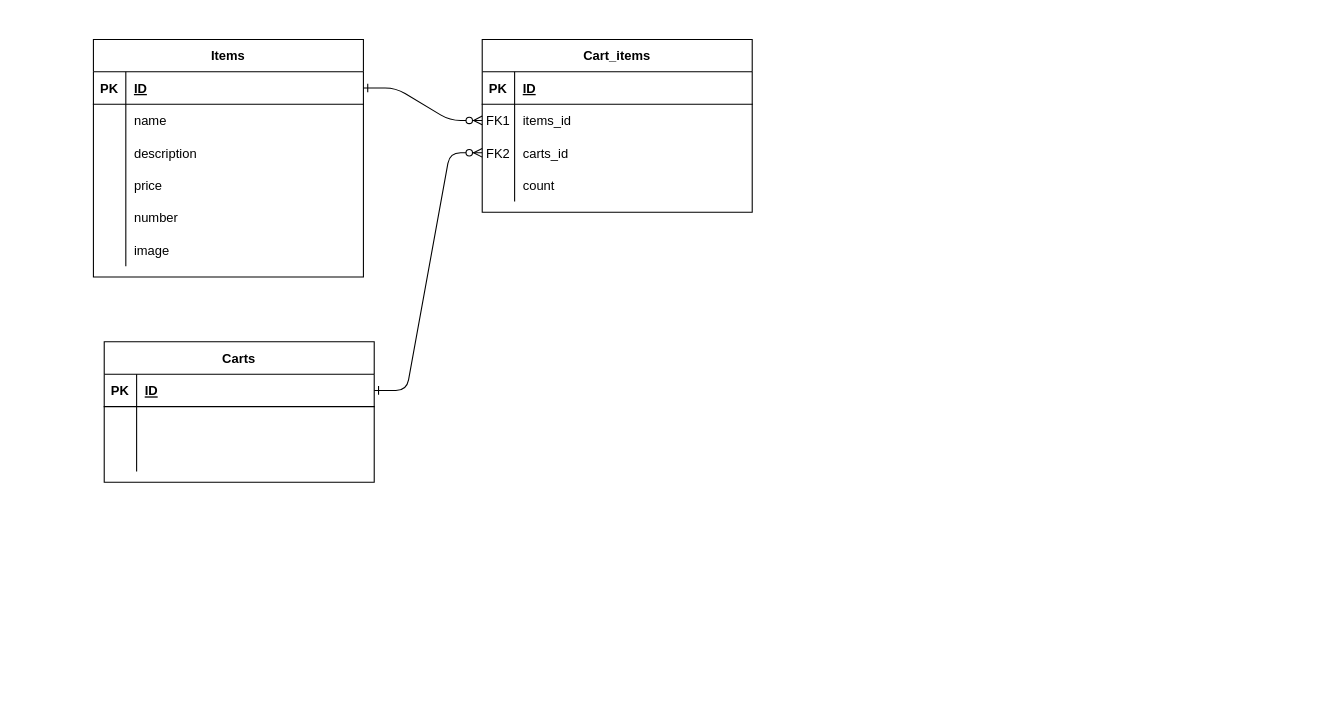
The draw.io diagram ECサイトER.drawio in hie3-336/rails_ec, before the edit. Source tidied: cells renumbered, new cells numbered last; positions are measured from the earlier drawing's top-left corner, leaving out a move shared by most shapes. Both pictures are drawn from the tidied source at 108%, with x=0, y=0 at pixel (93, 39).
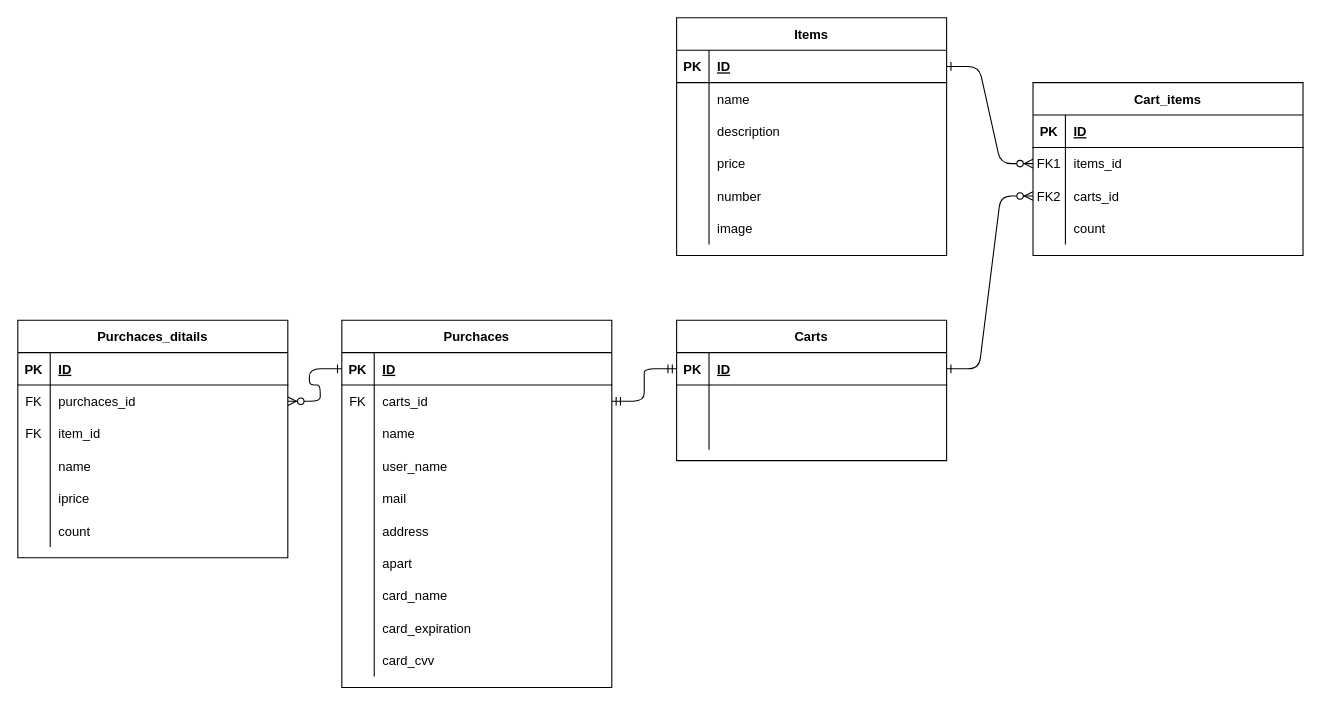
Above is the later version.

The change refers to these unchanged cells:
```xml
<mxCell id="18" style="shape=partialRectangle;fillColor=none;points=[[0,0.5],[1,0.5]];portConstraint=eastwest;top=0;left=0;right=0;bottom=1;" parent="17" vertex="1">
  <mxGeometry y="30" width="250" height="30" as="geometry" />
</mxCell>
```

Change to the diagram source:
```diff
@@
     <mxCell id="4" value="Cart_items" style="shape=table;startSize=30;childLayout=tableLayout;rowLines=0;fontStyle=1;align=center;" parent="1" vertex="1">
-      <mxGeometry x="360" width="250" height="160" as="geometry" />
+      <mxGeometry x="870" y="40" width="250" height="160" as="geometry" />
     </mxCell>
@@
     <mxCell id="17" value="Carts" style="shape=table;startSize=30;childLayout=tableLayout;rowLines=0;fontStyle=1;align=center;" parent="1" vertex="1">
-      <mxGeometry x="10" y="280" width="250" height="130" as="geometry" />
+      <mxGeometry x="540" y="260" width="250" height="130" as="geometry" />
     </mxCell>
@@
     <mxCell id="27" value="Items" style="shape=table;startSize=30;childLayout=tableLayout;rowLines=0;fontStyle=1;align=center;" parent="1" vertex="1">
-      <mxGeometry width="250" height="220" as="geometry" />
+      <mxGeometry x="540" y="-20" width="250" height="220" as="geometry" />
     </mxCell>
@@
+    <mxCell id="46" value="Purchaces" style="shape=table;startSize=30;childLayout=tableLayout;rowLines=0;fontStyle=1;align=center;" parent="1" vertex="1">
+      <mxGeometry x="230" y="260" width="250" height="340" as="geometry" />
+    </mxCell>
+    <mxCell id="47" style="shape=partialRectangle;fillColor=none;points=[[0,0.5],[1,0.5]];portConstraint=eastwest;top=0;left=0;right=0;bottom=1;" parent="46" vertex="1">
+      <mxGeometry y="30" width="250" height="30" as="geometry" />
+    </mxCell>
+    <mxCell id="48" value="PK" style="shape=partialRectangle;overflow=hidden;fillColor=none;top=0;left=0;bottom=0;right=0;fontStyle=1;" parent="47" vertex="1">
+      <mxGeometry width="30" height="30" as="geometry" />
+    </mxCell>
+    <mxCell id="49" value="ID" style="shape=partialRectangle;overflow=hidden;fillColor=none;top=0;left=0;bottom=0;right=0;align=left;spacingLeft=6;fontStyle=5;" parent="47" vertex="1">
+      <mxGeometry x="30" width="220" height="30" as="geometry" />
+    </mxCell>
+    <mxCell id="50" style="shape=partialRectangle;fillColor=none;points=[[0,0.5],[1,0.5]];portConstraint=eastwest;top=0;left=0;right=0;bottom=0;" parent="46" vertex="1">
+      <mxGeometry y="60" width="250" height="30" as="geometry" />
+    </mxCell>
+    <mxCell id="51" value="FK" style="shape=partialRectangle;overflow=hidden;fillColor=none;top=0;left=0;bottom=0;right=0;" parent="50" vertex="1">
+      <mxGeometry width="30" height="30" as="geometry" />
+    </mxCell>
+    <mxCell id="52" value="carts_id" style="shape=partialRectangle;overflow=hidden;fillColor=none;top=0;left=0;bottom=0;right=0;align=left;spacingLeft=6;" parent="50" vertex="1">
+      <mxGeometry x="30" width="220" height="30" as="geometry" />
+    </mxCell>
+    <mxCell id="53" style="shape=partialRectangle;fillColor=none;top=0;left=0;right=0;bottom=0;" parent="46" vertex="1">
+      <mxGeometry y="90" width="250" height="30" as="geometry" />
+    </mxCell>
+    <mxCell id="54" style="shape=partialRectangle;overflow=hidden;fillColor=none;top=0;left=0;bottom=0;right=0;" parent="53" vertex="1">
+      <mxGeometry width="30" height="30" as="geometry" />
+    </mxCell>
+    <mxCell id="55" value="name" style="shape=partialRectangle;overflow=hidden;fillColor=none;top=0;left=0;bottom=0;right=0;align=left;spacingLeft=6;" parent="53" vertex="1">
+      <mxGeometry x="30" width="220" height="30" as="geometry" />
+    </mxCell>
+    <mxCell id="56" style="shape=partialRectangle;fillColor=none;top=0;left=0;right=0;bottom=0;" parent="46" vertex="1">
+      <mxGeometry y="120" width="250" height="30" as="geometry" />
+    </mxCell>
+    <mxCell id="57" style="shape=partialRectangle;overflow=hidden;fillColor=none;top=0;left=0;bottom=0;right=0;" parent="56" vertex="1">
+      <mxGeometry width="30" height="30" as="geometry" />
+    </mxCell>
+    <mxCell id="58" value="user_name" style="shape=partialRectangle;overflow=hidden;fillColor=none;top=0;left=0;bottom=0;right=0;align=left;spacingLeft=6;" parent="56" vertex="1">
+      <mxGeometry x="30" width="220" height="30" as="geometry" />
+    </mxCell>
+    <mxCell id="59" style="shape=partialRectangle;fillColor=none;top=0;left=0;right=0;bottom=0;" parent="46" vertex="1">
+      <mxGeometry y="150" width="250" height="30" as="geometry" />
+    </mxCell>
+    <mxCell id="60" style="shape=partialRectangle;overflow=hidden;fillColor=none;top=0;left=0;bottom=0;right=0;" parent="59" vertex="1">
+      <mxGeometry width="30" height="30" as="geometry" />
+    </mxCell>
+    <mxCell id="61" value="mail" style="shape=partialRectangle;overflow=hidden;fillColor=none;top=0;left=0;bottom=0;right=0;align=left;spacingLeft=6;" parent="59" vertex="1">
+      <mxGeometry x="30" width="220" height="30" as="geometry" />
+    </mxCell>
+    <mxCell id="62" style="shape=partialRectangle;fillColor=none;top=0;left=0;right=0;bottom=0;" parent="46" vertex="1">
+      <mxGeometry y="180" width="250" height="30" as="geometry" />
+    </mxCell>
+    <mxCell id="63" style="shape=partialRectangle;overflow=hidden;fillColor=none;top=0;left=0;bottom=0;right=0;" parent="62" vertex="1">
+      <mxGeometry width="30" height="30" as="geometry" />
+    </mxCell>
+    <mxCell id="64" value="address" style="shape=partialRectangle;overflow=hidden;fillColor=none;top=0;left=0;bottom=0;right=0;align=left;spacingLeft=6;" parent="62" vertex="1">
+      <mxGeometry x="30" width="220" height="30" as="geometry" />
+    </mxCell>
+    <mxCell id="65" style="shape=partialRectangle;fillColor=none;top=0;left=0;right=0;bottom=0;" parent="46" vertex="1">
+      <mxGeometry y="210" width="250" height="30" as="geometry" />
+    </mxCell>
+    <mxCell id="66" style="shape=partialRectangle;overflow=hidden;fillColor=none;top=0;left=0;bottom=0;right=0;" parent="65" vertex="1">
+      <mxGeometry width="30" height="30" as="geometry" />
+    </mxCell>
+    <mxCell id="67" value="apart" style="shape=partialRectangle;overflow=hidden;fillColor=none;top=0;left=0;bottom=0;right=0;align=left;spacingLeft=6;" parent="65" vertex="1">
+      <mxGeometry x="30" width="220" height="30" as="geometry" />
+    </mxCell>
+    <mxCell id="68" style="shape=partialRectangle;fillColor=none;top=0;left=0;right=0;bottom=0;" parent="46" vertex="1">
+      <mxGeometry y="240" width="250" height="30" as="geometry" />
+    </mxCell>
+    <mxCell id="69" style="shape=partialRectangle;overflow=hidden;fillColor=none;top=0;left=0;bottom=0;right=0;" parent="68" vertex="1">
+      <mxGeometry width="30" height="30" as="geometry" />
+    </mxCell>
+    <mxCell id="70" value="card_name" style="shape=partialRectangle;overflow=hidden;fillColor=none;top=0;left=0;bottom=0;right=0;align=left;spacingLeft=6;" parent="68" vertex="1">
+      <mxGeometry x="30" width="220" height="30" as="geometry" />
+    </mxCell>
+    <mxCell id="71" style="shape=partialRectangle;fillColor=none;top=0;left=0;right=0;bottom=0;" parent="46" vertex="1">
+      <mxGeometry y="270" width="250" height="30" as="geometry" />
+    </mxCell>
+    <mxCell id="72" style="shape=partialRectangle;overflow=hidden;fillColor=none;top=0;left=0;bottom=0;right=0;" parent="71" vertex="1">
+      <mxGeometry width="30" height="30" as="geometry" />
+    </mxCell>
+    <mxCell id="73" value="card_expiration" style="shape=partialRectangle;overflow=hidden;fillColor=none;top=0;left=0;bottom=0;right=0;align=left;spacingLeft=6;" parent="71" vertex="1">
+      <mxGeometry x="30" width="220" height="30" as="geometry" />
+    </mxCell>
+    <mxCell id="74" style="shape=partialRectangle;fillColor=none;top=0;left=0;right=0;bottom=0;" parent="46" vertex="1">
+      <mxGeometry y="300" width="250" height="30" as="geometry" />
+    </mxCell>
+    <mxCell id="75" style="shape=partialRectangle;overflow=hidden;fillColor=none;top=0;left=0;bottom=0;right=0;" parent="74" vertex="1">
+      <mxGeometry width="30" height="30" as="geometry" />
+    </mxCell>
+    <mxCell id="76" value="card_cvv" style="shape=partialRectangle;overflow=hidden;fillColor=none;top=0;left=0;bottom=0;right=0;align=left;spacingLeft=6;" parent="74" vertex="1">
+      <mxGeometry x="30" width="220" height="30" as="geometry" />
+    </mxCell>
+    <mxCell id="77" style="edgeStyle=entityRelationEdgeStyle;fontSize=12;html=1;endArrow=ERmandOne;startArrow=ERmandOne;entryX=0;entryY=0.5;entryDx=0;entryDy=0;exitX=1;exitY=0.5;exitDx=0;exitDy=0;" parent="1" edge="1" source="50" target="18">
+      <mxGeometry relative="1" as="geometry" />
+    </mxCell>
+    <mxCell id="78" value="Purchaces_ditails" style="shape=table;startSize=30;childLayout=tableLayout;rowLines=0;fontStyle=1;align=center;" parent="1" vertex="1">
+      <mxGeometry x="-70" y="260" width="250" height="220" as="geometry" />
+    </mxCell>
+    <mxCell id="79" style="shape=partialRectangle;fillColor=none;top=0;left=0;right=0;bottom=1;" parent="78" vertex="1">
+      <mxGeometry y="30" width="250" height="30" as="geometry" />
+    </mxCell>
+    <mxCell id="80" value="PK" style="shape=partialRectangle;overflow=hidden;fillColor=none;top=0;left=0;bottom=0;right=0;fontStyle=1;" parent="79" vertex="1">
+      <mxGeometry width="30" height="30" as="geometry" />
+    </mxCell>
+    <mxCell id="81" value="ID" style="shape=partialRectangle;overflow=hidden;fillColor=none;top=0;left=0;bottom=0;right=0;align=left;spacingLeft=6;fontStyle=5;" parent="79" vertex="1">
+      <mxGeometry x="30" width="220" height="30" as="geometry" />
+    </mxCell>
+    <mxCell id="82" style="shape=partialRectangle;fillColor=none;points=[[0,0.5],[1,0.5]];portConstraint=eastwest;top=0;left=0;right=0;bottom=0;" parent="78" vertex="1">
+      <mxGeometry y="60" width="250" height="30" as="geometry" />
+    </mxCell>
+    <mxCell id="83" value="FK" style="shape=partialRectangle;overflow=hidden;fillColor=none;top=0;left=0;bottom=0;right=0;" parent="82" vertex="1">
+      <mxGeometry width="30" height="30" as="geometry" />
+    </mxCell>
+    <mxCell id="84" value="purchaces_id" style="shape=partialRectangle;overflow=hidden;fillColor=none;top=0;left=0;bottom=0;right=0;align=left;spacingLeft=6;" parent="82" vertex="1">
+      <mxGeometry x="30" width="220" height="30" as="geometry" />
+    </mxCell>
+    <mxCell id="85" style="shape=partialRectangle;fillColor=none;top=0;left=0;right=0;bottom=0;" parent="78" vertex="1">
+      <mxGeometry y="90" width="250" height="30" as="geometry" />
+    </mxCell>
+    <mxCell id="86" value="FK" style="shape=partialRectangle;overflow=hidden;fillColor=none;top=0;left=0;bottom=0;right=0;" parent="85" vertex="1">
+      <mxGeometry width="30" height="30" as="geometry" />
+    </mxCell>
+    <mxCell id="87" value="item_id" style="shape=partialRectangle;overflow=hidden;fillColor=none;top=0;left=0;bottom=0;right=0;align=left;spacingLeft=6;" parent="85" vertex="1">
+      <mxGeometry x="30" width="220" height="30" as="geometry" />
+    </mxCell>
+    <mxCell id="88" style="shape=partialRectangle;fillColor=none;top=0;left=0;right=0;bottom=0;" parent="78" vertex="1">
+      <mxGeometry y="120" width="250" height="30" as="geometry" />
+    </mxCell>
+    <mxCell id="89" style="shape=partialRectangle;overflow=hidden;fillColor=none;top=0;left=0;bottom=0;right=0;" parent="88" vertex="1">
+      <mxGeometry width="30" height="30" as="geometry" />
+    </mxCell>
+    <mxCell id="90" value="name" style="shape=partialRectangle;overflow=hidden;fillColor=none;top=0;left=0;bottom=0;right=0;align=left;spacingLeft=6;" parent="88" vertex="1">
+      <mxGeometry x="30" width="220" height="30" as="geometry" />
+    </mxCell>
+    <mxCell id="91" style="shape=partialRectangle;fillColor=none;top=0;left=0;right=0;bottom=0;" parent="78" vertex="1">
+      <mxGeometry y="150" width="250" height="30" as="geometry" />
+    </mxCell>
+    <mxCell id="92" style="shape=partialRectangle;overflow=hidden;fillColor=none;top=0;left=0;bottom=0;right=0;" parent="91" vertex="1">
+      <mxGeometry width="30" height="30" as="geometry" />
+    </mxCell>
+    <mxCell id="93" value="iprice" style="shape=partialRectangle;overflow=hidden;fillColor=none;top=0;left=0;bottom=0;right=0;align=left;spacingLeft=6;" parent="91" vertex="1">
+      <mxGeometry x="30" width="220" height="30" as="geometry" />
+    </mxCell>
+    <mxCell id="94" style="shape=partialRectangle;fillColor=none;top=0;left=0;right=0;bottom=0;" parent="78" vertex="1">
+      <mxGeometry y="180" width="250" height="30" as="geometry" />
+    </mxCell>
+    <mxCell id="95" style="shape=partialRectangle;overflow=hidden;fillColor=none;top=0;left=0;bottom=0;right=0;" parent="94" vertex="1">
+      <mxGeometry width="30" height="30" as="geometry" />
+    </mxCell>
+    <mxCell id="96" value="count" style="shape=partialRectangle;overflow=hidden;fillColor=none;top=0;left=0;bottom=0;right=0;align=left;spacingLeft=6;" parent="94" vertex="1">
+      <mxGeometry x="30" width="220" height="30" as="geometry" />
+    </mxCell>
+    <mxCell id="97" style="edgeStyle=entityRelationEdgeStyle;endArrow=ERzeroToMany;startArrow=ERone;endFill=1;startFill=0;exitX=0;exitY=0.5;exitDx=0;exitDy=0;entryX=1;entryY=0.5;entryDx=0;entryDy=0;" parent="1" edge="1" source="47" target="82">
+      <mxGeometry relative="1" as="geometry" />
+    </mxCell>
```
